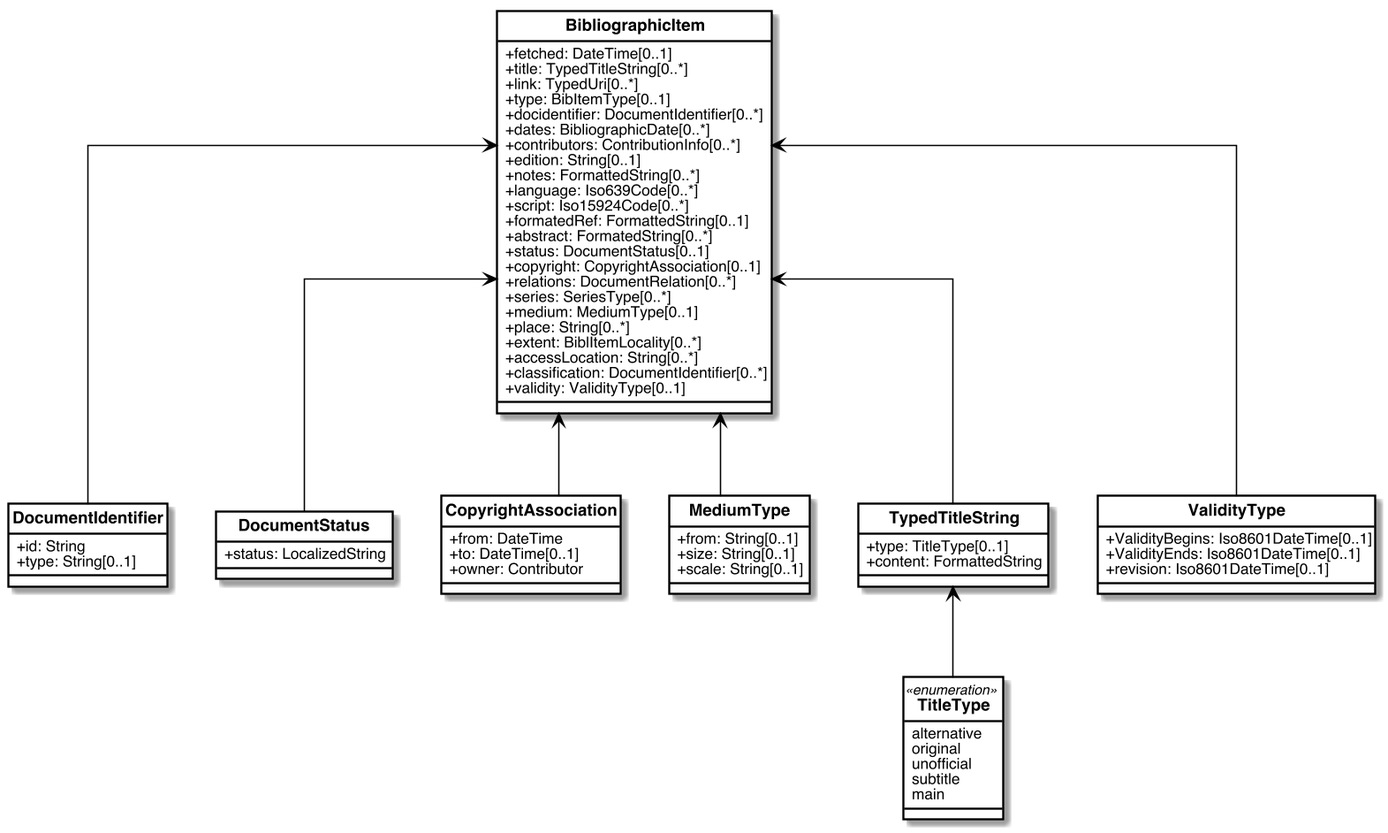
Above: images/RelBib_BibliographicItem.png in relaton/relaton-models (PlantUML), before the change. Its diagram source:
```plantuml
@startuml RelBib_BibliographicItem


skinparam Dpi 150
skinparam Monochrome false
skinparam LineType ortho
hide circle
skinparam Default {
  TextAlignment center
  FontName Helvetica
}
skinparam Class {
  AttributeIconSize 0
  BackgroundColor White
  ArrowColor Black
  BorderColor Black
  FontStyle bold
  StereotypeFontSize 10
}
skinparam Rectangle {
  BackgroundColor White
  ArrowColor Black
  BorderColor Black
  FontStyle bold
  FontSize 11
  StereotypeFontSize 10
}
skinparam Object {
  BackgroundColor White
  ArrowColor Black
  BorderColor Black
  FontStyle bold
  FontSize 11
  StereotypeFontSize 10
}

skinparam Entity {
  StereotypeFontSize 10
}




class BibliographicItem {
    +fetched: DateTime[0..1]
    +title: TypedTitleString[0..*]
    +link: TypedUri[0..*]
    +type: BibItemType[0..1]
    +docidentifier: DocumentIdentifier[0..*]
    +dates: BibliographicDate[0..*]
    +contributors: ContributionInfo[0..*]
    +edition: String[0..1]
    +notes: FormattedString[0..*]
    +language: Iso639Code[0..*]
    +script: Iso15924Code[0..*]
    +formatedRef: FormattedString[0..1]
    +abstract: FormatedString[0..*]
    +status: DocumentStatus[0..1]
    +copyright: CopyrightAssociation[0..1]
    +relations: DocumentRelation[0..*]
    +series: SeriesType[0..*]
    +medium: MediumType[0..1]
    +place: String[0..*]
    +extent: BiblItemLocality[0..*]
    +accessLocation: String[0..*]
    +classification: DocumentIdentifier[0..*]
    +validity: ValidityType[0..1]
}

class DocumentIdentifier{
    +id: String
    +type: String[0..1]
}

class DocumentStatus{
    +status: LocalizedString
}

class CopyrightAssociation{
    +from: DateTime
    +to: DateTime[0..1]
    +owner: Contributor
}

class MediumType{
    +from: String[0..1]
    +size: String[0..1]
    +scale: String[0..1]
}

class TypedTitleString{
    +type: TitleType[0..1]
    +content: FormattedString
}

class ValidityType{
    +ValidityBegins: Iso8601DateTime[0..1]
    +ValidityEnds: Iso8601DateTime[0..1]
    +revision: Iso8601DateTime[0..1]
}

enum TitleType <<enumeration>>{
    alternative
    original
    unofficial
    subtitle
    main
}




BibliographicItem <-- DocumentIdentifier
BibliographicItem <-- DocumentStatus
BibliographicItem <-- CopyrightAssociation
BibliographicItem <-- MediumType
BibliographicItem <-- TypedTitleString
BibliographicItem <-- ValidityType

TypedTitleString <-- TitleType

@enduml
```
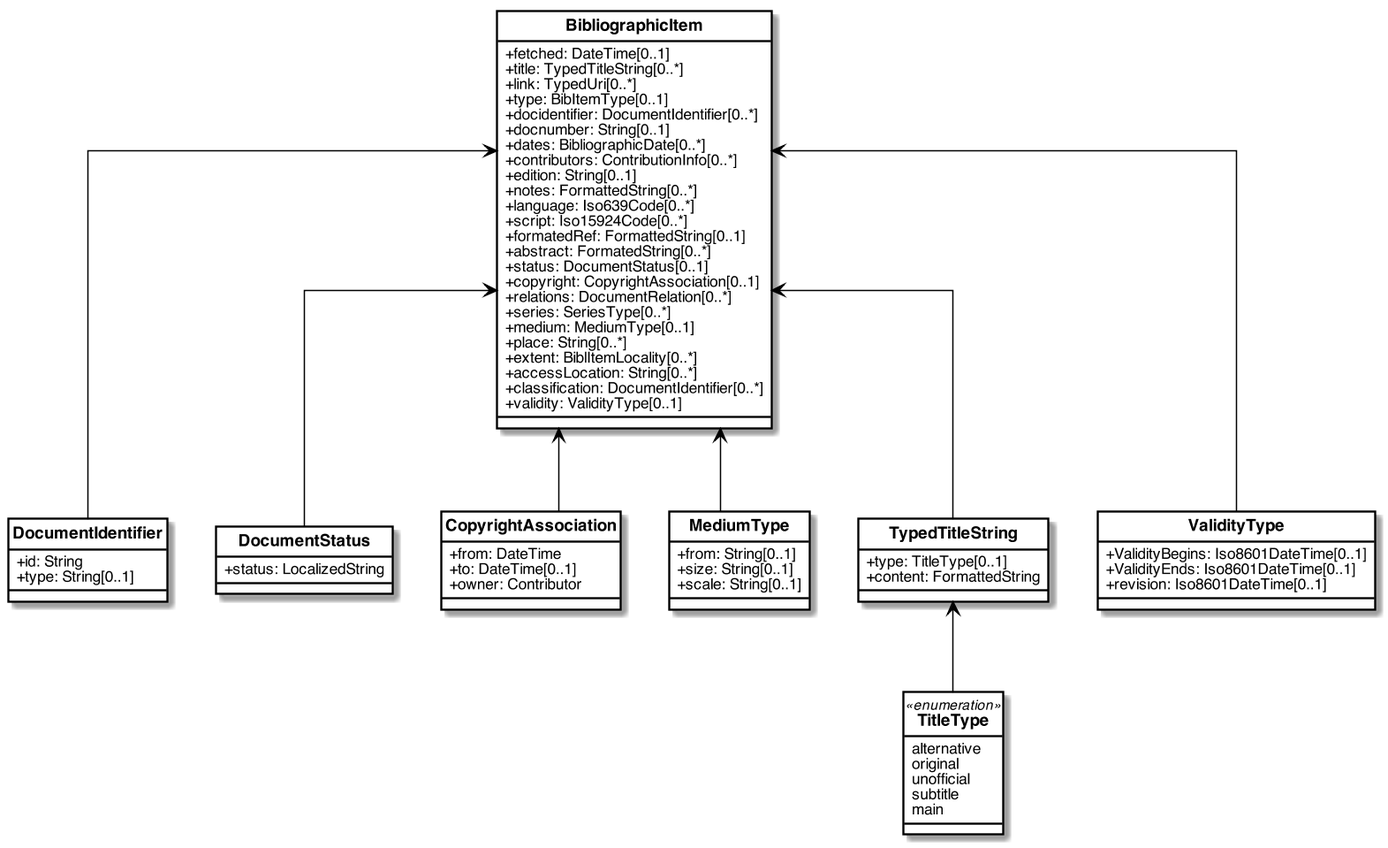
The same file after the commit.

Commit message:
docnumber; https://github.com/riboseinc/metanorma-iso/issues/237

Diff of the diagram source:
```diff
@@ -47,6 +47,7 @@
     +link: TypedUri[0..*]
     +type: BibItemType[0..1]
     +docidentifier: DocumentIdentifier[0..*]
+    +docnumber: String[0..1]
     +dates: BibliographicDate[0..*]
     +contributors: ContributionInfo[0..*]
     +edition: String[0..1]
```
